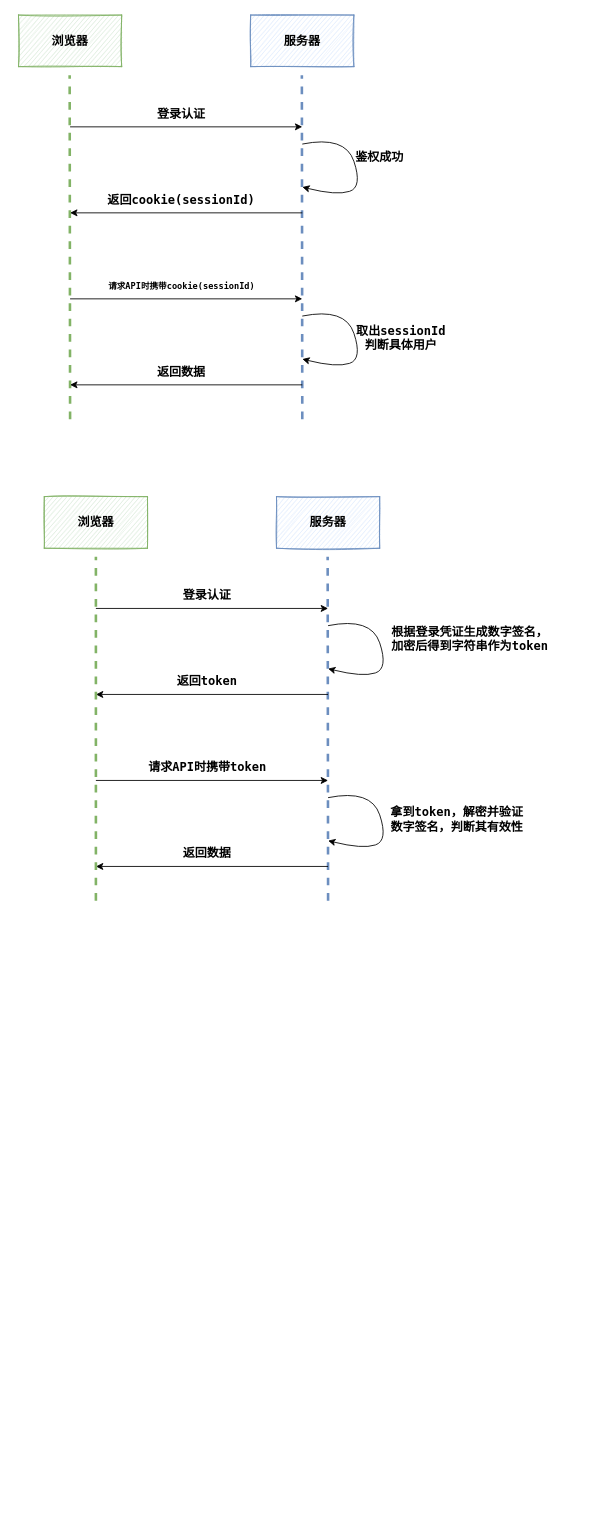
Earlier version of the draw.io diagram 未命名绘图.drawio (xiaochuang50/gittest). Source tidied: cells renumbered, new cells numbered last; positions are measured from the earlier drawing's top-left corner, leaving out a move shared by most shapes. Both pictures are drawn from the tidied source at 86%, with x=0, y=0 at pixel (18, 15).
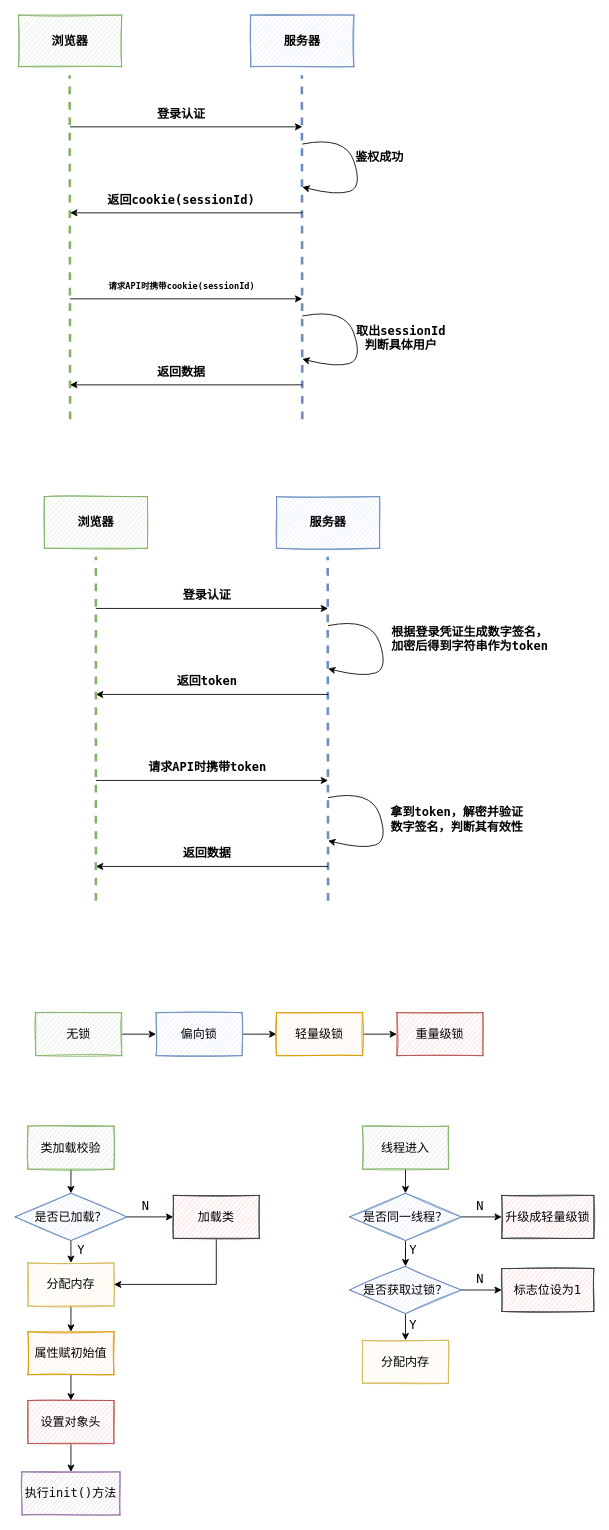
Above is the later version.

Commit message:
更新未命名绘图.drawio

Change to the diagram source:
```diff
@@
+    <mxCell id="36" style="edgeStyle=orthogonalEdgeStyle;rounded=0;jettySize=auto;html=1;exitX=1;exitY=0.5;exitDx=0;exitDy=0;entryX=0;entryY=0.5;entryDx=0;entryDy=0;fontFamily=Lucida Console;fontSize=14;" parent="1" edge="1" source="37" target="39">
+      <mxGeometry relative="1" as="geometry" />
+    </mxCell>
+    <mxCell id="37" value="无锁" style="rounded=0;whiteSpace=wrap;html=1;fontFamily=Lucida Console;fontSize=14;fillColor=#d5e8d4;strokeColor=#82b366;sketch=1;" parent="1" vertex="1">
+      <mxGeometry x="20" y="1160" width="100" height="50" as="geometry" />
+    </mxCell>
+    <mxCell id="38" style="edgeStyle=orthogonalEdgeStyle;rounded=0;jettySize=auto;html=1;exitX=1;exitY=0.5;exitDx=0;exitDy=0;fontFamily=Lucida Console;fontSize=14;" parent="1" edge="1" source="39" target="41">
+      <mxGeometry relative="1" as="geometry" />
+    </mxCell>
+    <mxCell id="39" value="偏向锁" style="rounded=0;whiteSpace=wrap;html=1;fontFamily=Lucida Console;fontSize=14;fillColor=#dae8fc;strokeColor=#6c8ebf;sketch=1;" parent="1" vertex="1">
+      <mxGeometry x="160" y="1160" width="100" height="50" as="geometry" />
+    </mxCell>
+    <mxCell id="40" style="edgeStyle=orthogonalEdgeStyle;rounded=0;jettySize=auto;html=1;exitX=1;exitY=0.5;exitDx=0;exitDy=0;entryX=0;entryY=0.5;entryDx=0;entryDy=0;fontFamily=Lucida Console;fontSize=14;" parent="1" edge="1" source="41" target="42">
+      <mxGeometry relative="1" as="geometry" />
+    </mxCell>
+    <mxCell id="41" value="轻量级锁" style="rounded=0;whiteSpace=wrap;html=1;fontFamily=Lucida Console;fontSize=14;fillColor=#ffe6cc;strokeColor=#d79b00;sketch=1;" parent="1" vertex="1">
+      <mxGeometry x="300" y="1160" width="100" height="50" as="geometry" />
+    </mxCell>
+    <mxCell id="42" value="重量级锁" style="rounded=0;whiteSpace=wrap;html=1;fontFamily=Lucida Console;fontSize=14;fillColor=#f8cecc;strokeColor=#b85450;sketch=1;" parent="1" vertex="1">
+      <mxGeometry x="440" y="1160" width="100" height="50" as="geometry" />
+    </mxCell>
+    <mxCell id="43" style="edgeStyle=orthogonalEdgeStyle;rounded=0;jettySize=auto;html=1;exitX=0.5;exitY=1;exitDx=0;exitDy=0;entryX=0.5;entryY=0;entryDx=0;entryDy=0;fontFamily=Lucida Console;fontSize=14;fontColor=#000000;" parent="1" edge="1" source="44" target="47">
+      <mxGeometry relative="1" as="geometry" />
+    </mxCell>
+    <mxCell id="44" value="类加载校验" style="rounded=0;whiteSpace=wrap;html=1;sketch=1;fontFamily=Lucida Console;fontSize=14;fontStyle=0;fillColor=#d5e8d4;strokeColor=#82b366;" parent="1" vertex="1">
+      <mxGeometry x="11" y="1292" width="100" height="50" as="geometry" />
+    </mxCell>
+    <mxCell id="45" style="edgeStyle=orthogonalEdgeStyle;rounded=0;jettySize=auto;html=1;exitX=0.5;exitY=1;exitDx=0;exitDy=0;entryX=0.5;entryY=0;entryDx=0;entryDy=0;fontFamily=Lucida Console;fontSize=14;fontColor=#000000;" parent="1" edge="1" source="47" target="49">
+      <mxGeometry relative="1" as="geometry" />
+    </mxCell>
+    <mxCell id="46" style="edgeStyle=orthogonalEdgeStyle;rounded=0;jettySize=auto;html=1;exitX=1;exitY=0.5;exitDx=0;exitDy=0;entryX=0;entryY=0.5;entryDx=0;entryDy=0;fontFamily=Lucida Console;fontSize=14;fontColor=#000000;" parent="1" edge="1" source="47" target="56">
+      <mxGeometry relative="1" as="geometry" />
+    </mxCell>
+    <mxCell id="47" value="是否已加载？" style="rhombus;whiteSpace=wrap;html=1;sketch=1;fontFamily=Lucida Console;fontSize=14;fillColor=#dae8fc;strokeColor=#6c8ebf;" parent="1" vertex="1">
+      <mxGeometry x="-4" y="1370" width="130" height="55" as="geometry" />
+    </mxCell>
+    <mxCell id="48" style="edgeStyle=orthogonalEdgeStyle;rounded=0;jettySize=auto;html=1;exitX=0.5;exitY=1;exitDx=0;exitDy=0;entryX=0.5;entryY=0;entryDx=0;entryDy=0;fontFamily=Lucida Console;fontSize=14;fontColor=#000000;" parent="1" edge="1" source="49" target="51">
+      <mxGeometry relative="1" as="geometry" />
+    </mxCell>
+    <mxCell id="49" value="分配内存" style="rounded=0;whiteSpace=wrap;html=1;sketch=1;fontFamily=Lucida Console;fontSize=14;fillColor=#fff2cc;strokeColor=#d6b656;" parent="1" vertex="1">
+      <mxGeometry x="11" y="1451" width="100" height="50" as="geometry" />
+    </mxCell>
+    <mxCell id="50" style="edgeStyle=orthogonalEdgeStyle;rounded=0;jettySize=auto;html=1;exitX=0.5;exitY=1;exitDx=0;exitDy=0;entryX=0.5;entryY=0;entryDx=0;entryDy=0;fontFamily=Lucida Console;fontSize=14;fontColor=#000000;" parent="1" edge="1" source="51" target="53">
+      <mxGeometry relative="1" as="geometry" />
+    </mxCell>
+    <mxCell id="51" value="属性赋初始值" style="rounded=0;whiteSpace=wrap;html=1;sketch=1;fontFamily=Lucida Console;fontSize=14;fillColor=#ffe6cc;strokeColor=#d79b00;" parent="1" vertex="1">
+      <mxGeometry x="11" y="1531" width="100" height="50" as="geometry" />
+    </mxCell>
+    <mxCell id="52" style="edgeStyle=orthogonalEdgeStyle;rounded=0;jettySize=auto;html=1;exitX=0.5;exitY=1;exitDx=0;exitDy=0;fontFamily=Lucida Console;fontSize=14;fontColor=#000000;entryX=0.5;entryY=0;entryDx=0;entryDy=0;" parent="1" edge="1" source="53" target="54">
+      <mxGeometry relative="1" as="geometry" />
+    </mxCell>
+    <mxCell id="53" value="设置对象头" style="rounded=0;whiteSpace=wrap;html=1;sketch=1;fontFamily=Lucida Console;fontSize=14;fillColor=#f8cecc;strokeColor=#b85450;" parent="1" vertex="1">
+      <mxGeometry x="11" y="1611" width="100" height="50" as="geometry" />
+    </mxCell>
+    <mxCell id="54" value="执行init()方法" style="rounded=0;whiteSpace=wrap;html=1;sketch=1;fontFamily=Lucida Console;fontSize=14;fillColor=#e1d5e7;strokeColor=#9673a6;" parent="1" vertex="1">
+      <mxGeometry x="4" y="1694" width="114" height="50" as="geometry" />
+    </mxCell>
+    <mxCell id="55" style="edgeStyle=orthogonalEdgeStyle;rounded=0;jettySize=auto;html=1;exitX=0.5;exitY=1;exitDx=0;exitDy=0;entryX=1;entryY=0.5;entryDx=0;entryDy=0;fontFamily=Lucida Console;fontSize=14;fontColor=#000000;" parent="1" edge="1" source="56" target="49">
+      <mxGeometry relative="1" as="geometry" />
+    </mxCell>
+    <mxCell id="56" value="加载类" style="rounded=0;whiteSpace=wrap;html=1;sketch=1;fontFamily=Lucida Console;fontSize=14;fontStyle=0;fillColor=#ffcccc;strokeColor=#36393d;" parent="1" vertex="1">
+      <mxGeometry x="180" y="1372.5" width="100" height="50" as="geometry" />
+    </mxCell>
+    <mxCell id="57" value="Y" style="text;html=1;strokeColor=none;fillColor=none;align=center;verticalAlign=middle;whiteSpace=wrap;rounded=0;sketch=1;fontFamily=Lucida Console;fontSize=14;fontColor=#000000;" parent="1" vertex="1">
+      <mxGeometry x="43" y="1421" width="60" height="30" as="geometry" />
+    </mxCell>
+    <mxCell id="58" value="N" style="text;html=1;strokeColor=none;fillColor=none;align=center;verticalAlign=middle;whiteSpace=wrap;rounded=0;sketch=1;fontFamily=Lucida Console;fontSize=14;fontColor=#000000;" parent="1" vertex="1">
+      <mxGeometry x="118" y="1370" width="60" height="30" as="geometry" />
+    </mxCell>
+    <mxCell id="59" style="edgeStyle=orthogonalEdgeStyle;rounded=0;jettySize=auto;html=1;exitX=0.5;exitY=1;exitDx=0;exitDy=0;entryX=0.5;entryY=0;entryDx=0;entryDy=0;fontFamily=Lucida Console;fontSize=14;fontColor=#000000;" parent="1" edge="1" source="60" target="63">
+      <mxGeometry relative="1" as="geometry" />
+    </mxCell>
+    <mxCell id="60" value="线程进入" style="rounded=0;whiteSpace=wrap;html=1;sketch=1;fontFamily=Lucida Console;fontSize=14;fontStyle=0;fillColor=#d5e8d4;strokeColor=#82b366;" parent="1" vertex="1">
+      <mxGeometry x="400" y="1292" width="100" height="50" as="geometry" />
+    </mxCell>
+    <mxCell id="61" style="edgeStyle=orthogonalEdgeStyle;rounded=0;jettySize=auto;html=1;exitX=1;exitY=0.5;exitDx=0;exitDy=0;entryX=0;entryY=0.5;entryDx=0;entryDy=0;fontFamily=Lucida Console;fontSize=14;fontColor=#000000;" parent="1" edge="1" source="63" target="65">
+      <mxGeometry relative="1" as="geometry" />
+    </mxCell>
+    <mxCell id="62" style="edgeStyle=orthogonalEdgeStyle;rounded=0;jettySize=auto;html=1;entryX=0.5;entryY=0;entryDx=0;entryDy=0;fontFamily=Lucida Console;fontSize=14;fontColor=#000000;" parent="1" edge="1" source="63" target="70">
+      <mxGeometry relative="1" as="geometry" />
+    </mxCell>
+    <mxCell id="63" value="是否同一线程？" style="rhombus;whiteSpace=wrap;html=1;sketch=1;fontFamily=Lucida Console;fontSize=14;fillColor=#dae8fc;strokeColor=#6c8ebf;" parent="1" vertex="1">
+      <mxGeometry x="385" y="1370" width="130" height="55" as="geometry" />
+    </mxCell>
+    <mxCell id="64" value="分配内存" style="rounded=0;whiteSpace=wrap;html=1;sketch=1;fontFamily=Lucida Console;fontSize=14;fillColor=#fff2cc;strokeColor=#d6b656;" parent="1" vertex="1">
+      <mxGeometry x="400" y="1541" width="100" height="50" as="geometry" />
+    </mxCell>
+    <mxCell id="65" value="升级成轻量级锁" style="rounded=0;whiteSpace=wrap;html=1;sketch=1;fontFamily=Lucida Console;fontSize=14;fontStyle=0;fillColor=#ffcccc;strokeColor=#36393d;" parent="1" vertex="1">
+      <mxGeometry x="562" y="1372.5" width="107" height="50" as="geometry" />
+    </mxCell>
+    <mxCell id="66" value="Y" style="text;html=1;strokeColor=none;fillColor=none;align=center;verticalAlign=middle;whiteSpace=wrap;rounded=0;sketch=1;fontFamily=Lucida Console;fontSize=14;fontColor=#000000;" parent="1" vertex="1">
+      <mxGeometry x="429" y="1421" width="60" height="30" as="geometry" />
+    </mxCell>
+    <mxCell id="67" value="N" style="text;html=1;strokeColor=none;fillColor=none;align=center;verticalAlign=middle;whiteSpace=wrap;rounded=0;sketch=1;fontFamily=Lucida Console;fontSize=14;fontColor=#000000;" parent="1" vertex="1">
+      <mxGeometry x="507" y="1370" width="60" height="30" as="geometry" />
+    </mxCell>
+    <mxCell id="68" style="edgeStyle=orthogonalEdgeStyle;rounded=0;jettySize=auto;html=1;exitX=0.5;exitY=1;exitDx=0;exitDy=0;entryX=0.5;entryY=0;entryDx=0;entryDy=0;fontFamily=Lucida Console;fontSize=14;fontColor=#000000;" parent="1" edge="1" source="70" target="64">
+      <mxGeometry relative="1" as="geometry" />
+    </mxCell>
+    <mxCell id="69" style="edgeStyle=orthogonalEdgeStyle;rounded=0;jettySize=auto;html=1;exitX=1;exitY=0.5;exitDx=0;exitDy=0;entryX=0;entryY=0.5;entryDx=0;entryDy=0;fontFamily=Lucida Console;fontSize=14;fontColor=#000000;" parent="1" edge="1" source="70" target="71">
+      <mxGeometry relative="1" as="geometry" />
+    </mxCell>
+    <mxCell id="70" value="是否获取过锁？" style="rhombus;whiteSpace=wrap;html=1;sketch=1;fontFamily=Lucida Console;fontSize=14;fillColor=#dae8fc;strokeColor=#6c8ebf;" parent="1" vertex="1">
+      <mxGeometry x="385" y="1455" width="130" height="55" as="geometry" />
+    </mxCell>
+    <mxCell id="71" value="标志位设为1" style="rounded=0;whiteSpace=wrap;html=1;sketch=1;fontFamily=Lucida Console;fontSize=14;fontStyle=0;fillColor=#ffcccc;strokeColor=#36393d;" parent="1" vertex="1">
+      <mxGeometry x="562" y="1457.5" width="107" height="50" as="geometry" />
+    </mxCell>
+    <mxCell id="72" value="Y" style="text;html=1;strokeColor=none;fillColor=none;align=center;verticalAlign=middle;whiteSpace=wrap;rounded=0;sketch=1;fontFamily=Lucida Console;fontSize=14;fontColor=#000000;" parent="1" vertex="1">
+      <mxGeometry x="429" y="1507.5" width="60" height="30" as="geometry" />
+    </mxCell>
+    <mxCell id="73" value="N" style="text;html=1;strokeColor=none;fillColor=none;align=center;verticalAlign=middle;whiteSpace=wrap;rounded=0;sketch=1;fontFamily=Lucida Console;fontSize=14;fontColor=#000000;" parent="1" vertex="1">
+      <mxGeometry x="507" y="1455" width="60" height="30" as="geometry" />
+    </mxCell>
```
